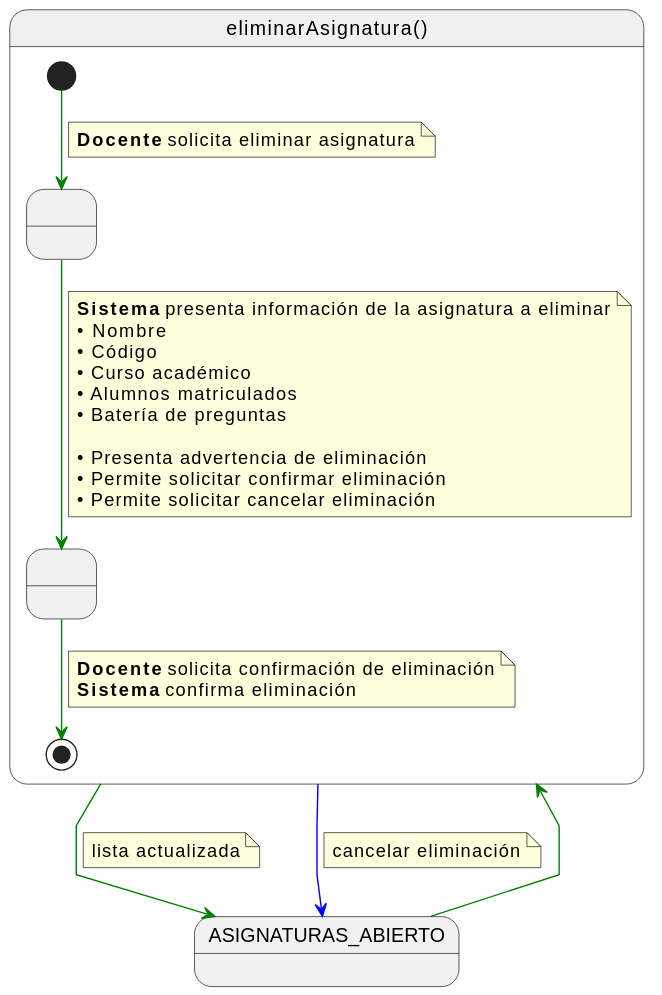
Before: documents/casos-de-uso/detalladoCasosDeUso/eliminarAsignatura/eliminarAsignatura.svg, a diagram exported from PlantUML (martinlopez7/25-26-IdSw1-SdR).
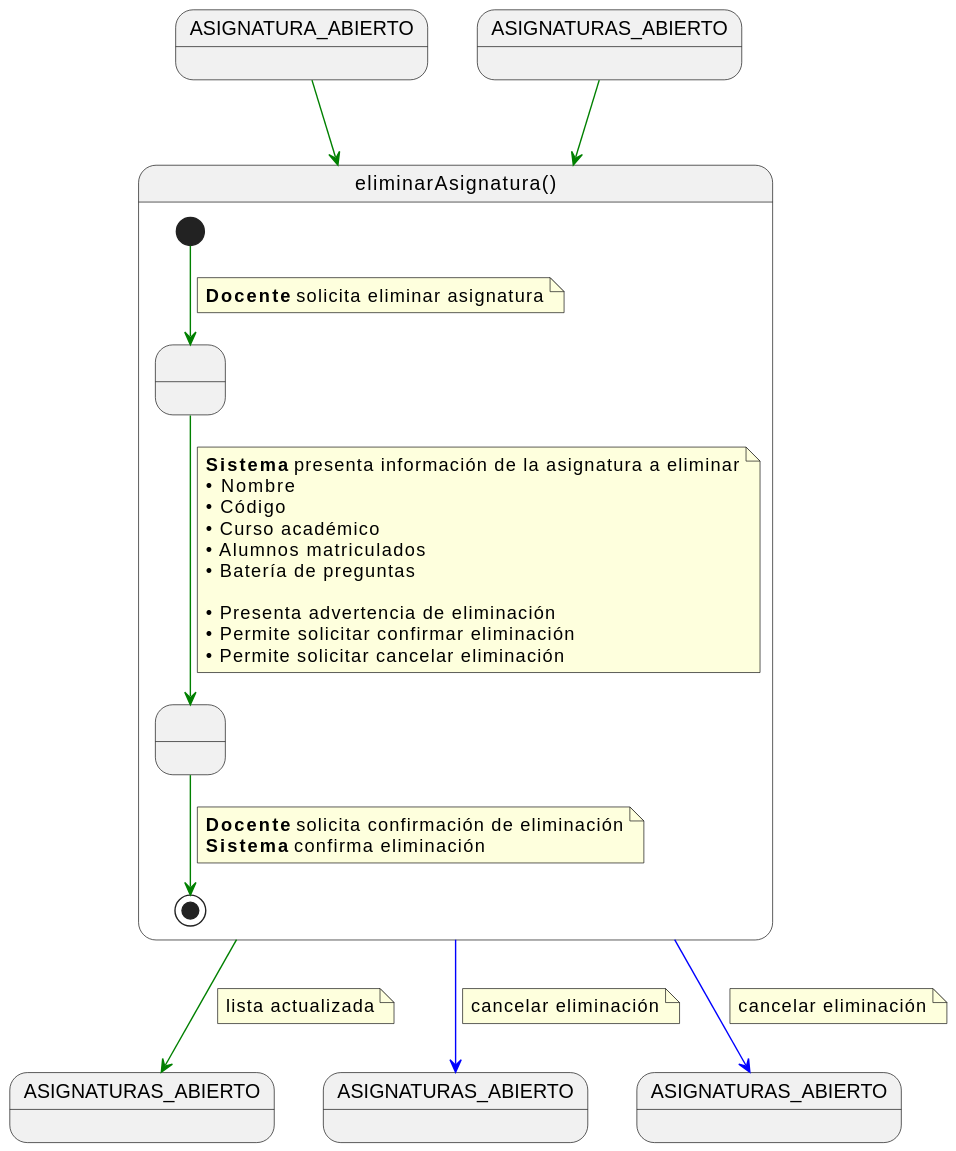
Later version of the same file.

What changed in the source:
```diff
@@ -1,5 +1,10 @@
 @startuml
 skinparam linetype polyline
+
+state ASIGNATURA_ABIERTO
+state ASIGNATURAS_ABIERTO2 as "ASIGNATURAS_ABIERTO"
+state ASIGNATURAS_ABIERTO3 as "ASIGNATURAS_ABIERTO"
+state ASIGNATURAS_ABIERTO4 as "ASIGNATURAS_ABIERTO"
 
 state eliminarAsignatura as "eliminarAsignatura()" {
 
@@ -33,13 +38,19 @@
 }
 
 ASIGNATURAS_ABIERTO -[#green]-> eliminarAsignatura
+ASIGNATURA_ABIERTO -[#green]-> eliminarAsignatura
 
-eliminarAsignatura -[#green]-> ASIGNATURAS_ABIERTO
+eliminarAsignatura -[#green]-> ASIGNATURAS_ABIERTO2
 note on link
 lista actualizada
 end note
 
-eliminarAsignatura -[#blue]-> ASIGNATURAS_ABIERTO
+eliminarAsignatura -[#blue]-> ASIGNATURAS_ABIERTO3
+note on link
+cancelar eliminación
+end note
+
+eliminarAsignatura -[#blue]-> ASIGNATURAS_ABIERTO4
 note on link
 cancelar eliminación
 end note
```
